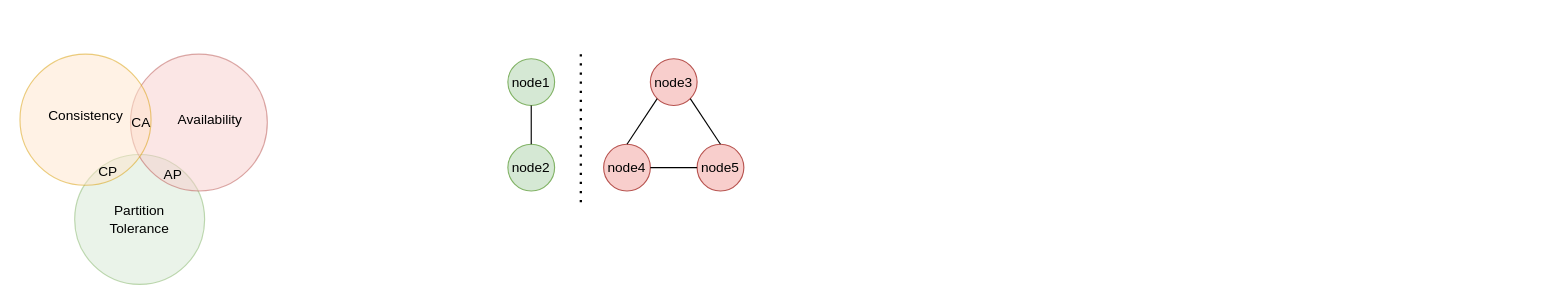
began-zhao/studydraw keeps this draw.io diagram as blog/fbs.drawio. Above is the earlier version. Source tidied: cells renumbered, new cells numbered last; positions are measured from the earlier drawing's top-left corner, leaving out a move shared by most shapes. Both pictures are drawn from the tidied source at 114%, with x=0, y=0 at pixel (19, 49).
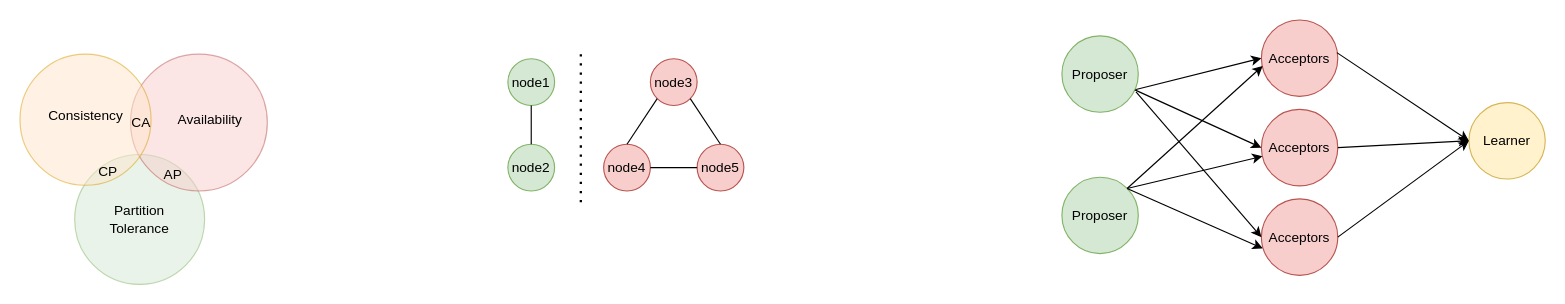
After the change.

What changed in the source:
```diff
@@
+    <mxCell id="21" value="Proposer" style="ellipse;whiteSpace=wrap;html=1;fillColor=#d5e8d4;strokeColor=#82b366;" parent="1" vertex="1">
+      <mxGeometry x="914" y="-12" width="67" height="67" as="geometry" />
+    </mxCell>
+    <mxCell id="22" value="Proposer" style="ellipse;whiteSpace=wrap;html=1;fillColor=#d5e8d4;strokeColor=#82b366;" parent="1" vertex="1">
+      <mxGeometry x="914" y="112" width="67" height="67" as="geometry" />
+    </mxCell>
+    <mxCell id="23" value="Acceptors" style="ellipse;whiteSpace=wrap;html=1;fillColor=#f8cecc;strokeColor=#b85450;" parent="1" vertex="1">
+      <mxGeometry x="1089" y="-26" width="67" height="67" as="geometry" />
+    </mxCell>
+    <mxCell id="24" value="Acceptors" style="ellipse;whiteSpace=wrap;html=1;fillColor=#f8cecc;strokeColor=#b85450;" parent="1" vertex="1">
+      <mxGeometry x="1089" y="52.5" width="67" height="67" as="geometry" />
+    </mxCell>
+    <mxCell id="25" value="Acceptors" style="ellipse;whiteSpace=wrap;html=1;fillColor=#f8cecc;strokeColor=#b85450;" parent="1" vertex="1">
+      <mxGeometry x="1089" y="131" width="67" height="67" as="geometry" />
+    </mxCell>
+    <mxCell id="26" value="Learner" style="ellipse;whiteSpace=wrap;html=1;fillColor=#fff2cc;strokeColor=#d6b656;" parent="1" vertex="1">
+      <mxGeometry x="1271" y="46.5" width="67" height="67" as="geometry" />
+    </mxCell>
+    <mxCell id="27" style="endArrow=classic;html=1;rounded=0;entryX=0;entryY=0.5;entryDx=0;entryDy=0;exitX=0.97;exitY=0.701;exitDx=0;exitDy=0;exitPerimeter=0;" parent="1" edge="1" source="21" target="23">
+      <mxGeometry relative="1" as="geometry" />
+    </mxCell>
+    <mxCell id="28" style="endArrow=classic;html=1;rounded=0;entryX=0;entryY=0.5;entryDx=0;entryDy=0;" parent="1" edge="1" source="21" target="24">
+      <mxGeometry relative="1" as="geometry" />
+    </mxCell>
+    <mxCell id="29" style="endArrow=classic;html=1;rounded=0;entryX=0;entryY=0.5;entryDx=0;entryDy=0;" parent="1" edge="1" target="25">
+      <mxGeometry relative="1" as="geometry">
+        <mxPoint x="979" y="37" as="sourcePoint" />
+      </mxGeometry>
+    </mxCell>
+    <mxCell id="30" style="endArrow=classic;html=1;rounded=0;entryX=0.017;entryY=0.602;entryDx=0;entryDy=0;exitX=1;exitY=0;exitDx=0;exitDy=0;entryPerimeter=0;" parent="1" edge="1" source="22" target="23">
+      <mxGeometry relative="1" as="geometry" />
+    </mxCell>
+    <mxCell id="31" style="endArrow=classic;html=1;rounded=0;exitX=1;exitY=0;exitDx=0;exitDy=0;" parent="1" edge="1" source="22" target="24">
+      <mxGeometry relative="1" as="geometry" />
+    </mxCell>
+    <mxCell id="32" style="endArrow=classic;html=1;rounded=0;entryX=0.017;entryY=0.647;entryDx=0;entryDy=0;exitX=1;exitY=0;exitDx=0;exitDy=0;entryPerimeter=0;" parent="1" edge="1" source="22" target="25">
+      <mxGeometry relative="1" as="geometry" />
+    </mxCell>
+    <mxCell id="33" style="endArrow=classic;html=1;rounded=0;entryX=0;entryY=0.5;entryDx=0;entryDy=0;exitX=0.988;exitY=0.428;exitDx=0;exitDy=0;exitPerimeter=0;" parent="1" edge="1" source="23" target="26">
+      <mxGeometry relative="1" as="geometry" />
+    </mxCell>
+    <mxCell id="34" style="endArrow=classic;html=1;rounded=0;entryX=0;entryY=0.5;entryDx=0;entryDy=0;exitX=1;exitY=0.5;exitDx=0;exitDy=0;" parent="1" edge="1" source="24" target="26">
+      <mxGeometry relative="1" as="geometry" />
+    </mxCell>
+    <mxCell id="35" style="endArrow=classic;html=1;rounded=0;entryX=0;entryY=0.5;entryDx=0;entryDy=0;exitX=1;exitY=0.5;exitDx=0;exitDy=0;" parent="1" edge="1" source="25" target="26">
+      <mxGeometry relative="1" as="geometry" />
+    </mxCell>
```
